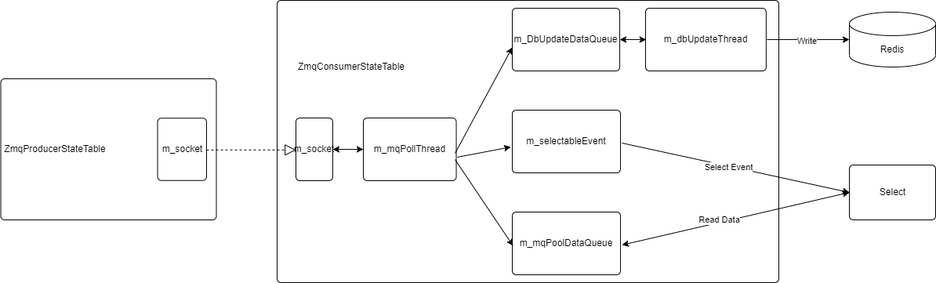
sonic-net/SONiC keeps this draw.io diagram as doc/sonic-swss-common/zmq-diagram.png. Above is the earlier version. Source tidied: cells renumbered, new cells last; positions are measured from the earlier drawing's top-left corner, leaving out a move shared by most shapes.
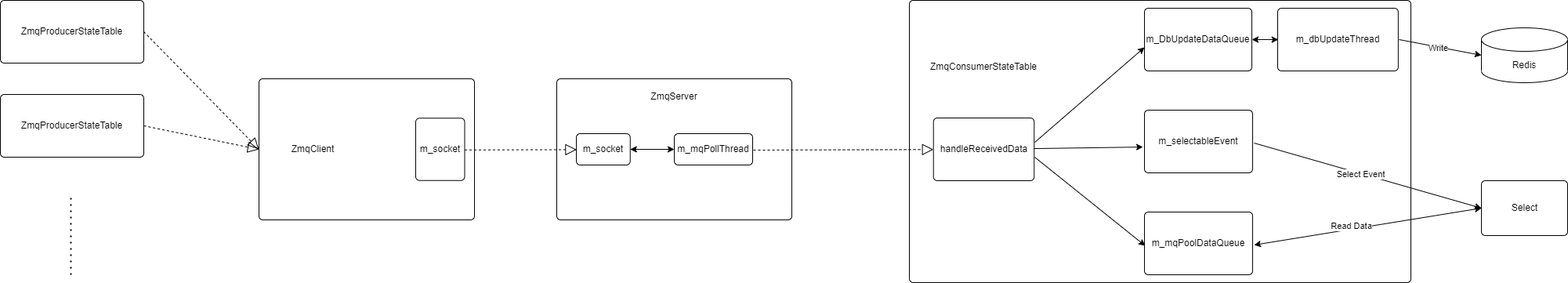
Above is the later version.

What changed in the source:
```diff
@@ -3,60 +3,95 @@
     <mxCell id="0" />
     <mxCell id="1" parent="0" />
     <mxCell id="2" style="rounded=1;absoluteArcSize=1;html=1;arcSize=10;" parent="1" vertex="1">
-      <mxGeometry x="-0.5" y="100" width="275" height="180" as="geometry" />
+      <mxGeometry x="-98" y="100" width="275" height="180" as="geometry" />
     </mxCell>
-    <mxCell id="3" value="ZmqProducerStateTable" style="html=1;shape=mxgraph.er.anchor;whiteSpace=wrap;" parent="2" vertex="1">
+    <mxCell id="3" value="ZmqClient" style="html=1;shape=mxgraph.er.anchor;whiteSpace=wrap;" parent="2" vertex="1">
       <mxGeometry width="137.5" height="180" as="geometry" />
     </mxCell>
     <mxCell id="4" value="m_socket" style="rounded=1;absoluteArcSize=1;html=1;arcSize=10;whiteSpace=wrap;points=[];strokeColor=inherit;fillColor=inherit;" parent="2" vertex="1">
       <mxGeometry x="200" y="50.2" width="62.5" height="79.5" as="geometry" />
     </mxCell>
     <mxCell id="5" style="rounded=1;absoluteArcSize=1;html=1;arcSize=10;" parent="1" vertex="1">
-      <mxGeometry x="352" width="640" height="360" as="geometry" />
+      <mxGeometry x="282" y="100" width="300" height="180" as="geometry" />
     </mxCell>
-    <mxCell id="6" value="ZmqConsumerStateTable" style="html=1;shape=mxgraph.er.anchor;whiteSpace=wrap;" parent="5" vertex="1">
-      <mxGeometry width="190" height="170" as="geometry" />
+    <mxCell id="6" value="ZmqServer" style="html=1;shape=mxgraph.er.anchor;whiteSpace=wrap;" parent="5" vertex="1">
+      <mxGeometry width="300" height="45" as="geometry" />
     </mxCell>
     <mxCell id="7" value="m_socket" style="rounded=1;absoluteArcSize=1;html=1;arcSize=10;whiteSpace=wrap;points=[];strokeColor=inherit;fillColor=inherit;" parent="5" vertex="1">
-      <mxGeometry x="24" y="150" width="47" height="80" as="geometry" />
+      <mxGeometry x="25" y="70" width="68.8" height="40" as="geometry" />
     </mxCell>
+    <mxCell id="11" value="m_mqPollThread" style="rounded=1;absoluteArcSize=1;html=1;arcSize=10;whiteSpace=wrap;points=[];strokeColor=inherit;fillColor=inherit;" parent="5" vertex="1">
+      <mxGeometry x="150" y="70" width="100" height="40" as="geometry" />
+    </mxCell>
+    <mxCell id="12" style="endArrow=classic;startArrow=classic;html=1;rounded=0;" parent="5" edge="1" source="7" target="11">
+      <mxGeometry relative="1" as="geometry" />
+    </mxCell>
+    <mxCell id="18" style="endArrow=block;dashed=1;endFill=0;endSize=12;html=1;rounded=0;exitX=1;exitY=0.51;exitDx=0;exitDy=0;entryX=0.006;entryY=0.51;entryDx=0;entryDy=0;entryPerimeter=0;exitPerimeter=0;" parent="1" edge="1" source="4" target="7">
+      <mxGeometry relative="1" as="geometry" />
+    </mxCell>
+    <mxCell id="28" style="rounded=1;absoluteArcSize=1;html=1;arcSize=10;" parent="1" vertex="1">
+      <mxGeometry x="-428" width="183" height="80" as="geometry" />
+    </mxCell>
+    <mxCell id="29" value="ZmqProducerStateTable" style="html=1;shape=mxgraph.er.anchor;whiteSpace=wrap;" parent="28" vertex="1">
+      <mxGeometry width="183" height="80" as="geometry" />
+    </mxCell>
+    <mxCell id="30" style="rounded=1;absoluteArcSize=1;html=1;arcSize=10;" parent="1" vertex="1">
+      <mxGeometry x="-428" y="120" width="183" height="80" as="geometry" />
+    </mxCell>
+    <mxCell id="31" value="ZmqProducerStateTable" style="html=1;shape=mxgraph.er.anchor;whiteSpace=wrap;" parent="30" vertex="1">
+      <mxGeometry width="183" height="80" as="geometry" />
+    </mxCell>
+    <mxCell id="32" style="endArrow=none;dashed=1;html=1;dashPattern=1 3;strokeWidth=2;rounded=0;" parent="1" edge="1">
+      <mxGeometry relative="1" as="geometry">
+        <mxPoint x="-338" y="350" as="sourcePoint" />
+        <mxPoint x="-338" y="250" as="targetPoint" />
+      </mxGeometry>
+    </mxCell>
+    <mxCell id="33" style="endArrow=block;dashed=1;endFill=0;endSize=12;html=1;rounded=0;exitX=1;exitY=0.5;exitDx=0;exitDy=0;entryX=0;entryY=0.5;entryDx=0;entryDy=0;" parent="1" edge="1" source="28" target="2">
+      <mxGeometry relative="1" as="geometry" />
+    </mxCell>
+    <mxCell id="34" style="endArrow=block;dashed=1;endFill=0;endSize=12;html=1;rounded=0;exitX=1;exitY=0.5;exitDx=0;exitDy=0;" parent="1" edge="1" source="30">
+      <mxGeometry relative="1" as="geometry">
+        <mxPoint x="-98" y="190" as="targetPoint" />
+      </mxGeometry>
+    </mxCell>
+    <mxCell id="35" style="rounded=1;absoluteArcSize=1;html=1;arcSize=10;" parent="1" vertex="1">
+      <mxGeometry x="732" width="640" height="360" as="geometry" />
+    </mxCell>
+    <mxCell id="36" value="ZmqConsumerStateTable" style="html=1;shape=mxgraph.er.anchor;whiteSpace=wrap;" parent="35" vertex="1">
+      <mxGeometry width="190" height="170" as="geometry" />
+    </mxCell>
-    <mxCell id="8" value="m_dbUpdateThread" style="rounded=1;absoluteArcSize=1;html=1;arcSize=10;whiteSpace=wrap;points=[];strokeColor=inherit;fillColor=inherit;" parent="5" vertex="1">
+    <mxCell id="8" value="m_dbUpdateThread" style="rounded=1;absoluteArcSize=1;html=1;arcSize=10;whiteSpace=wrap;points=[];strokeColor=inherit;fillColor=inherit;" parent="35" vertex="1">
       <mxGeometry x="470" y="10" width="153.9" height="80" as="geometry" />
     </mxCell>
-    <mxCell id="9" value="m_DbUpdateDataQueue" style="rounded=1;absoluteArcSize=1;html=1;arcSize=10;whiteSpace=wrap;points=[];strokeColor=inherit;fillColor=inherit;" parent="5" vertex="1">
+    <mxCell id="9" value="m_DbUpdateDataQueue" style="rounded=1;absoluteArcSize=1;html=1;arcSize=10;whiteSpace=wrap;points=[];strokeColor=inherit;fillColor=inherit;" parent="35" vertex="1">
       <mxGeometry x="300" y="10" width="137.1" height="80" as="geometry" />
     </mxCell>
-    <mxCell id="10" value="m_mqPoolDataQueue" style="rounded=1;absoluteArcSize=1;html=1;arcSize=10;whiteSpace=wrap;points=[];strokeColor=inherit;fillColor=inherit;" parent="5" vertex="1">
+    <mxCell id="10" value="m_mqPoolDataQueue" style="rounded=1;absoluteArcSize=1;html=1;arcSize=10;whiteSpace=wrap;points=[];strokeColor=inherit;fillColor=inherit;" parent="35" vertex="1">
       <mxGeometry x="300" y="270" width="138.1" height="80" as="geometry" />
     </mxCell>
-    <mxCell id="11" value="m_mqPollThread" style="rounded=1;absoluteArcSize=1;html=1;arcSize=10;whiteSpace=wrap;points=[];strokeColor=inherit;fillColor=inherit;" parent="5" vertex="1">
-      <mxGeometry x="110" y="150" width="118.5" height="80" as="geometry" />
-    </mxCell>
-    <mxCell id="12" style="endArrow=classic;startArrow=classic;html=1;rounded=0;" parent="5" edge="1" source="7" target="11">
-      <mxGeometry relative="1" as="geometry" />
-    </mxCell>
+    <mxCell id="37" value="handleReceivedData" style="rounded=1;absoluteArcSize=1;html=1;arcSize=10;whiteSpace=wrap;points=[];strokeColor=inherit;fillColor=inherit;" parent="35" vertex="1">
+      <mxGeometry x="30.7" y="150" width="128.5" height="80" as="geometry" />
+    </mxCell>
-    <mxCell id="13" style="endArrow=classic;startArrow=classic;html=1;rounded=0;entryX=0.005;entryY=0.5;entryDx=0;entryDy=0;entryPerimeter=0;" parent="5" edge="1" source="9" target="8">
+    <mxCell id="13" style="endArrow=classic;startArrow=classic;html=1;rounded=0;entryX=0.005;entryY=0.5;entryDx=0;entryDy=0;entryPerimeter=0;" parent="35" edge="1" source="9" target="8">
       <mxGeometry relative="1" as="geometry" />
     </mxCell>
-    <mxCell id="14" value="m_selectableEvent" style="rounded=1;absoluteArcSize=1;html=1;arcSize=10;whiteSpace=wrap;points=[];strokeColor=inherit;fillColor=inherit;" parent="5" vertex="1">
+    <mxCell id="14" value="m_selectableEvent" style="rounded=1;absoluteArcSize=1;html=1;arcSize=10;whiteSpace=wrap;points=[];strokeColor=inherit;fillColor=inherit;" parent="35" vertex="1">
       <mxGeometry x="300" y="140" width="138.1" height="80" as="geometry" />
     </mxCell>
-    <mxCell id="15" style="endArrow=classic;html=1;rounded=0;entryX=-0.014;entryY=0.588;entryDx=0;entryDy=0;entryPerimeter=0;" parent="5" edge="1" target="14">
-      <mxGeometry relative="1" as="geometry">
-        <mxPoint x="230" y="200" as="sourcePoint" />
-      </mxGeometry>
-    </mxCell>
-    <mxCell id="16" style="endArrow=classic;html=1;rounded=0;entryX=0;entryY=0.625;entryDx=0;entryDy=0;entryPerimeter=0;exitX=0.987;exitY=0.563;exitDx=0;exitDy=0;exitPerimeter=0;" parent="5" edge="1" source="11" target="9">
-      <mxGeometry relative="1" as="geometry" />
-    </mxCell>
-    <mxCell id="17" style="endArrow=classic;html=1;rounded=0;entryX=0.007;entryY=0.538;entryDx=0;entryDy=0;entryPerimeter=0;exitX=0.987;exitY=0.663;exitDx=0;exitDy=0;exitPerimeter=0;" parent="5" edge="1" source="11" target="10">
-      <mxGeometry relative="1" as="geometry" />
-    </mxCell>
-    <mxCell id="18" style="endArrow=block;dashed=1;endFill=0;endSize=12;html=1;rounded=0;exitX=1;exitY=0.51;exitDx=0;exitDy=0;entryX=0.006;entryY=0.51;entryDx=0;entryDy=0;entryPerimeter=0;exitPerimeter=0;" parent="1" edge="1" source="4" target="7">
-      <mxGeometry relative="1" as="geometry" />
-    </mxCell>
+    <mxCell id="38" style="endArrow=classic;html=1;rounded=0;entryX=-0.014;entryY=0.588;entryDx=0;entryDy=0;entryPerimeter=0;" parent="35" edge="1" source="37" target="14">
+      <mxGeometry relative="1" as="geometry" />
+    </mxCell>
+    <mxCell id="39" style="endArrow=classic;html=1;rounded=0;entryX=0;entryY=0.625;entryDx=0;entryDy=0;entryPerimeter=0;exitX=1.006;exitY=0.388;exitDx=0;exitDy=0;exitPerimeter=0;" parent="35" edge="1" source="37" target="9">
+      <mxGeometry relative="1" as="geometry" />
+    </mxCell>
+    <mxCell id="40" style="endArrow=classic;html=1;rounded=0;entryX=0.007;entryY=0.538;entryDx=0;entryDy=0;entryPerimeter=0;" parent="35" edge="1" target="10">
+      <mxGeometry relative="1" as="geometry">
+        <mxPoint x="160" y="200" as="sourcePoint" />
+      </mxGeometry>
+    </mxCell>
     <mxCell id="19" value="Redis" style="shape=cylinder3;whiteSpace=wrap;html=1;boundedLbl=1;backgroundOutline=1;size=15;" parent="1" vertex="1">
-      <mxGeometry x="1082" y="15" width="110" height="70" as="geometry" />
+      <mxGeometry x="1462" y="35" width="110" height="70" as="geometry" />
     </mxCell>
     <mxCell id="20" style="endArrow=classic;html=1;rounded=0;entryX=0;entryY=0.5;entryDx=0;entryDy=0;entryPerimeter=0;exitX=1.007;exitY=0.5;exitDx=0;exitDy=0;exitPerimeter=0;" parent="1" edge="1" source="8" target="19">
       <mxGeometry relative="1" as="geometry" />
@@ -64,23 +99,26 @@
     <mxCell id="21" value="Write" style="edgeLabel;html=1;align=center;verticalAlign=middle;" parent="20" vertex="1">
       <mxGeometry x="-0.04" y="-1" relative="1" as="geometry" />
     </mxCell>
-    <mxCell id="22" style="rounded=1;absoluteArcSize=1;html=1;arcSize=10;" parent="1" vertex="1">
-      <mxGeometry x="1082" y="210" width="110" height="70" as="geometry" />
-    </mxCell>
+    <mxCell id="41" style="rounded=1;absoluteArcSize=1;html=1;arcSize=10;" parent="1" vertex="1">
+      <mxGeometry x="1462" y="230" width="110" height="70" as="geometry" />
+    </mxCell>
-    <mxCell id="23" value="Select" style="html=1;shape=mxgraph.er.anchor;whiteSpace=wrap;" parent="22" vertex="1">
+    <mxCell id="23" value="Select" style="html=1;shape=mxgraph.er.anchor;whiteSpace=wrap;" parent="41" vertex="1">
       <mxGeometry x="27.5" width="55" height="70" as="geometry" />
     </mxCell>
-    <mxCell id="24" style="endArrow=classic;html=1;rounded=0;entryX=0;entryY=0.5;entryDx=0;entryDy=0;exitX=1.014;exitY=0.525;exitDx=0;exitDy=0;exitPerimeter=0;" parent="1" edge="1" source="14" target="22">
-      <mxGeometry relative="1" as="geometry" />
-    </mxCell>
+    <mxCell id="42" style="endArrow=classic;html=1;rounded=0;entryX=0;entryY=0.5;entryDx=0;entryDy=0;exitX=1.014;exitY=0.525;exitDx=0;exitDy=0;exitPerimeter=0;" parent="1" edge="1" source="14" target="41">
+      <mxGeometry relative="1" as="geometry" />
+    </mxCell>
-    <mxCell id="25" value="Select Event" style="edgeLabel;html=1;align=center;verticalAlign=middle;" parent="24" vertex="1">
+    <mxCell id="25" value="Select Event" style="edgeLabel;html=1;align=center;verticalAlign=middle;" parent="42" vertex="1">
       <mxGeometry x="-0.06" y="-1" relative="1" as="geometry" />
     </mxCell>
-    <mxCell id="26" style="endArrow=classic;startArrow=classic;html=1;rounded=0;entryX=0;entryY=0.5;entryDx=0;entryDy=0;exitX=1.014;exitY=0.525;exitDx=0;exitDy=0;exitPerimeter=0;" parent="1" edge="1" source="10" target="22">
-      <mxGeometry relative="1" as="geometry" />
-    </mxCell>
+    <mxCell id="43" style="endArrow=classic;startArrow=classic;html=1;rounded=0;entryX=0;entryY=0.5;entryDx=0;entryDy=0;exitX=1.014;exitY=0.525;exitDx=0;exitDy=0;exitPerimeter=0;" parent="1" edge="1" source="10" target="41">
+      <mxGeometry relative="1" as="geometry" />
+    </mxCell>
-    <mxCell id="27" value="Read Data" style="edgeLabel;html=1;align=center;verticalAlign=middle;" parent="26" vertex="1">
+    <mxCell id="27" value="Read Data" style="edgeLabel;html=1;align=center;verticalAlign=middle;" parent="43" vertex="1">
       <mxGeometry x="-0.14" y="4" relative="1" as="geometry" />
     </mxCell>
+    <mxCell id="44" style="endArrow=block;dashed=1;endFill=0;endSize=12;html=1;rounded=0;exitX=1.01;exitY=0.525;exitDx=0;exitDy=0;exitPerimeter=0;" parent="1" edge="1" source="11" target="37">
+      <mxGeometry relative="1" as="geometry" />
+    </mxCell>
   </root>
 </mxGraphModel>
```
